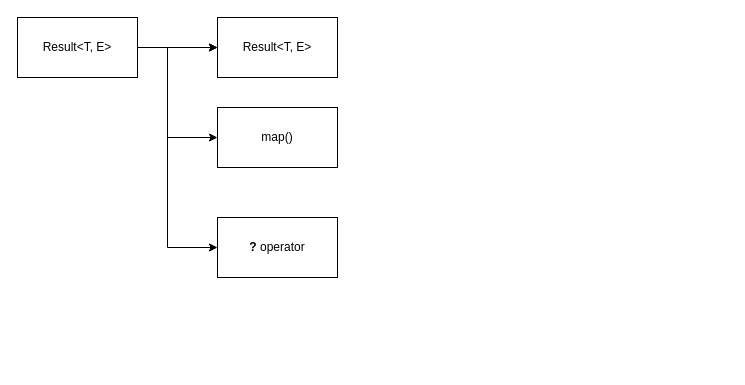
Earlier version of the draw.io diagram page "Result<T, E>" (2 of 2) of std_library.drawio (gftea/rust_lang_notes). Source tidied: cells renumbered, new cells numbered last; positions are measured from the earlier drawing's top-left corner, leaving out a move shared by most shapes. Both pictures are drawn from the tidied source at 100%, with x=0, y=0 at pixel (17, 17).
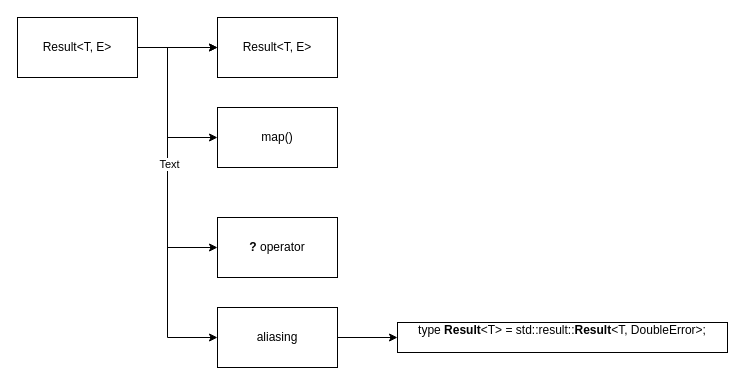
After the change.

Unchanged cells that the change refers to:
```xml
<mxCell id="6" value="Result&amp;lt;T, E&amp;gt;" style="rounded=0;whiteSpace=wrap;html=1;" parent="1" vertex="1">
  <mxGeometry width="120" height="60" as="geometry" />
</mxCell>
```

The edit, as a diff of the source:
```diff
@@
+    <mxCell id="11" style="edgeStyle=orthogonalEdgeStyle;rounded=0;jettySize=auto;html=1;entryX=0;entryY=0.5;entryDx=0;entryDy=0;" parent="1" edge="1" source="6" target="14">
+      <mxGeometry relative="1" as="geometry">
+        <Array as="points">
+          <mxPoint x="150" y="30" />
+          <mxPoint x="150" y="320" />
+        </Array>
+      </mxGeometry>
+    </mxCell>
+    <mxCell id="12" value="Text" style="edgeLabel;html=1;align=center;verticalAlign=middle;" parent="11" vertex="1">
+      <mxGeometry x="-0.21" y="1" relative="1" as="geometry" />
+    </mxCell>
@@
+    <mxCell id="13" style="edgeStyle=orthogonalEdgeStyle;rounded=0;jettySize=auto;html=1;" parent="1" edge="1" source="14" target="15">
+      <mxGeometry relative="1" as="geometry" />
+    </mxCell>
+    <mxCell id="14" value="aliasing" style="rounded=0;whiteSpace=wrap;html=1;" parent="1" vertex="1">
+      <mxGeometry x="200" y="290" width="120" height="60" as="geometry" />
+    </mxCell>
+    <mxCell id="15" value="&lt;div&gt;type &lt;b&gt;Result&lt;/b&gt;&amp;lt;T&amp;gt; = std::result::&lt;b&gt;Result&lt;/b&gt;&amp;lt;T, DoubleError&amp;gt;;&lt;/div&gt;&lt;div&gt;&lt;br&gt;&lt;/div&gt;" style="rounded=0;whiteSpace=wrap;html=1;" parent="1" vertex="1">
+      <mxGeometry x="380" y="305" width="330" height="30" as="geometry" />
+    </mxCell>
```
